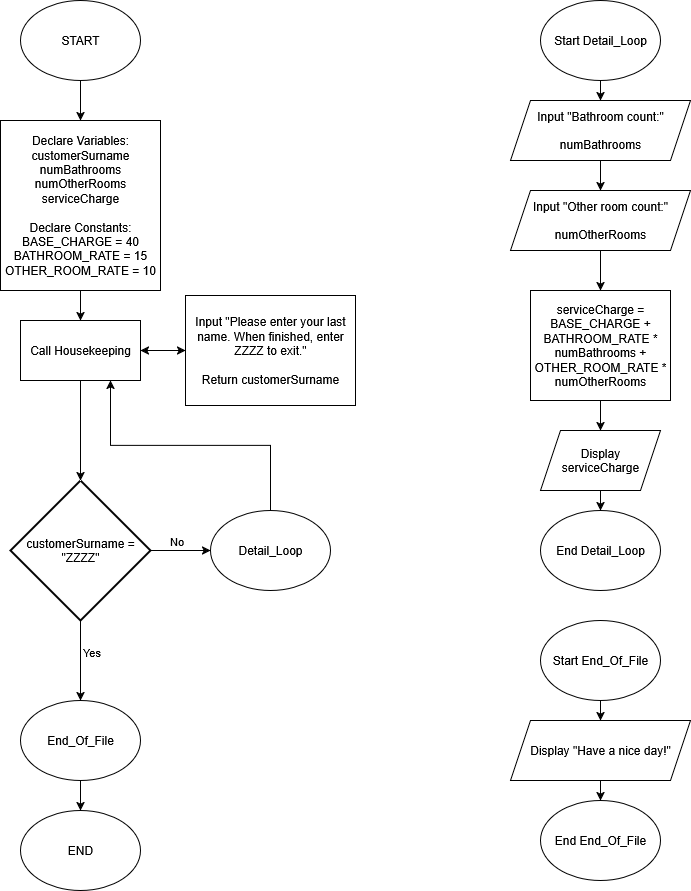
Before: Mod2_Ex8_Flowchart.drawio.png, a diagram exported from draw.io (CBowles10/SDEV_120_FALL2025_CBOWLES). Source tidied: cells renumbered, new cells last; positions are measured from the earlier drawing's top-left corner, leaving out a move shared by most shapes.
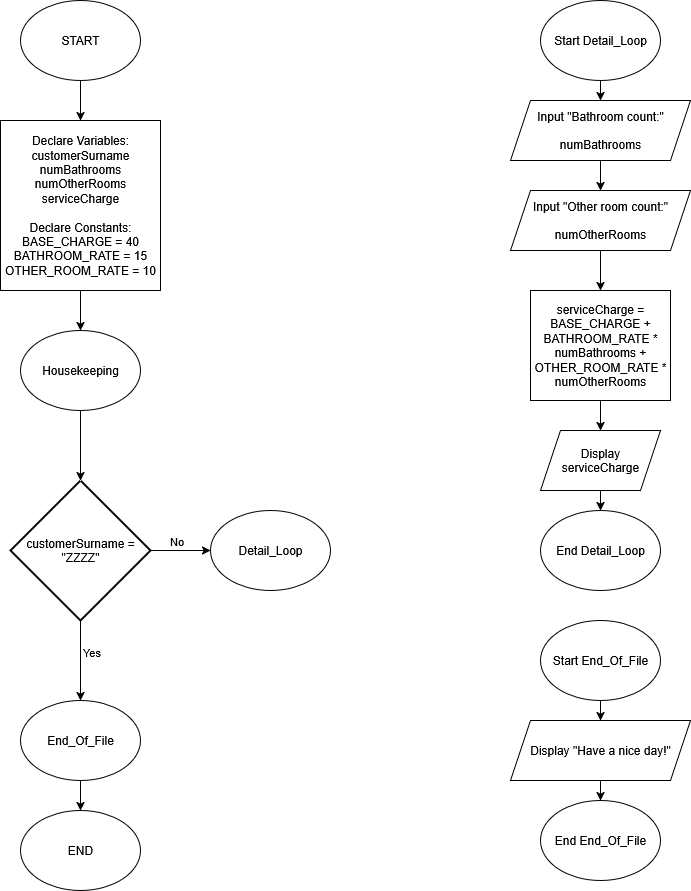
After the commit.

Change to the diagram source:
```diff
@@ -8,24 +8,12 @@
     <mxCell id="3" value="START" style="ellipse;whiteSpace=wrap;html=1;" parent="1" vertex="1">
       <mxGeometry x="20" width="120" height="80" as="geometry" />
     </mxCell>
-    <mxCell id="4" style="edgeStyle=orthogonalEdgeStyle;rounded=0;jettySize=auto;html=1;exitX=0.5;exitY=1;exitDx=0;exitDy=0;entryX=0.5;entryY=0;entryDx=0;entryDy=0;" parent="1" edge="1" source="5" target="7">
-      <mxGeometry relative="1" as="geometry" />
-    </mxCell>
+    <mxCell id="38" style="edgeStyle=orthogonalEdgeStyle;rounded=0;jettySize=auto;html=1;exitX=0.5;exitY=1;exitDx=0;exitDy=0;entryX=0.5;entryY=0;entryDx=0;entryDy=0;" parent="1" edge="1" source="5" target="39">
+      <mxGeometry relative="1" as="geometry" />
+    </mxCell>
     <mxCell id="5" value="&lt;div&gt;Declare Variables:&lt;/div&gt;&lt;div&gt;customerSurname&lt;br&gt;numBathrooms&lt;br&gt;numOtherRooms&lt;br&gt;serviceCharge&lt;br&gt;&lt;br&gt;Declare Constants:&lt;br&gt;BASE_CHARGE = 40&lt;br&gt;BATHROOM_RATE = 15&lt;br&gt;OTHER_ROOM_RATE = 10&lt;/div&gt;" style="rounded=0;whiteSpace=wrap;html=1;" parent="1" vertex="1">
       <mxGeometry y="120" width="160" height="170" as="geometry" />
     </mxCell>
-    <mxCell id="6" style="edgeStyle=orthogonalEdgeStyle;rounded=0;jettySize=auto;html=1;exitX=1;exitY=0.5;exitDx=0;exitDy=0;entryX=0;entryY=0.5;entryDx=0;entryDy=0;" parent="1" edge="1" source="7" target="9">
-      <mxGeometry relative="1" as="geometry" />
-    </mxCell>
-    <mxCell id="7" value="Call Housekeeping" style="rounded=0;whiteSpace=wrap;html=1;" parent="1" vertex="1">
-      <mxGeometry x="20" y="320" width="120" height="60" as="geometry" />
-    </mxCell>
-    <mxCell id="8" style="edgeStyle=orthogonalEdgeStyle;rounded=0;jettySize=auto;html=1;exitX=0;exitY=0.5;exitDx=0;exitDy=0;entryX=1;entryY=0.5;entryDx=0;entryDy=0;" parent="1" edge="1" source="9" target="7">
-      <mxGeometry relative="1" as="geometry" />
-    </mxCell>
-    <mxCell id="9" value="&lt;div&gt;Input &quot;Please enter your last name. When finished, enter ZZZZ to exit.&quot;&lt;/div&gt;&lt;div&gt;&lt;br&gt;&lt;/div&gt;&lt;div&gt;Return customerSurname&lt;/div&gt;" style="rounded=0;whiteSpace=wrap;html=1;" parent="1" vertex="1">
-      <mxGeometry x="185" y="295" width="170" height="110" as="geometry" />
-    </mxCell>
     <mxCell id="10" style="edgeStyle=orthogonalEdgeStyle;rounded=0;jettySize=auto;html=1;exitX=1;exitY=0.5;exitDx=0;exitDy=0;exitPerimeter=0;entryX=0;entryY=0.5;entryDx=0;entryDy=0;" parent="1" edge="1" source="14" target="16">
       <mxGeometry relative="1" as="geometry" />
     </mxCell>
@@ -45,15 +33,9 @@
     <mxCell id="14" value="customerSurname = &quot;ZZZZ&quot;" style="strokeWidth=2;html=1;shape=mxgraph.flowchart.decision;whiteSpace=wrap;" parent="1" vertex="1">
       <mxGeometry x="10" y="480" width="140" height="140" as="geometry" />
     </mxCell>
-    <mxCell id="15" style="edgeStyle=orthogonalEdgeStyle;rounded=0;jettySize=auto;html=1;exitX=0.5;exitY=0;exitDx=0;exitDy=0;entryX=0.75;entryY=1;entryDx=0;entryDy=0;" parent="1" edge="1" source="16" target="7">
-      <mxGeometry relative="1" as="geometry" />
-    </mxCell>
     <mxCell id="16" value="Detail_Loop" style="ellipse;whiteSpace=wrap;html=1;" parent="1" vertex="1">
       <mxGeometry x="210" y="510" width="120" height="80" as="geometry" />
     </mxCell>
-    <mxCell id="17" style="edgeStyle=orthogonalEdgeStyle;rounded=0;jettySize=auto;html=1;exitX=0.5;exitY=1;exitDx=0;exitDy=0;entryX=0.5;entryY=0;entryDx=0;entryDy=0;entryPerimeter=0;" parent="1" edge="1" source="7" target="14">
-      <mxGeometry relative="1" as="geometry" />
-    </mxCell>
     <mxCell id="18" style="edgeStyle=orthogonalEdgeStyle;rounded=0;jettySize=auto;html=1;exitX=0.5;exitY=1;exitDx=0;exitDy=0;entryX=0.5;entryY=0;entryDx=0;entryDy=0;" parent="1" edge="1" source="19" target="20">
       <mxGeometry relative="1" as="geometry" />
     </mxCell>
@@ -114,5 +96,11 @@
     <mxCell id="37" value="End End_Of_File" style="ellipse;whiteSpace=wrap;html=1;" parent="1" vertex="1">
       <mxGeometry x="540" y="800" width="120" height="80" as="geometry" />
     </mxCell>
+    <mxCell id="39" value="Housekeeping" style="ellipse;whiteSpace=wrap;html=1;" parent="1" vertex="1">
+      <mxGeometry x="20" y="330" width="120" height="80" as="geometry" />
+    </mxCell>
+    <mxCell id="40" style="edgeStyle=orthogonalEdgeStyle;rounded=0;jettySize=auto;html=1;exitX=0.5;exitY=1;exitDx=0;exitDy=0;entryX=0.5;entryY=0;entryDx=0;entryDy=0;entryPerimeter=0;" parent="1" edge="1" source="39" target="14">
+      <mxGeometry relative="1" as="geometry" />
+    </mxCell>
   </root>
 </mxGraphModel>
```
